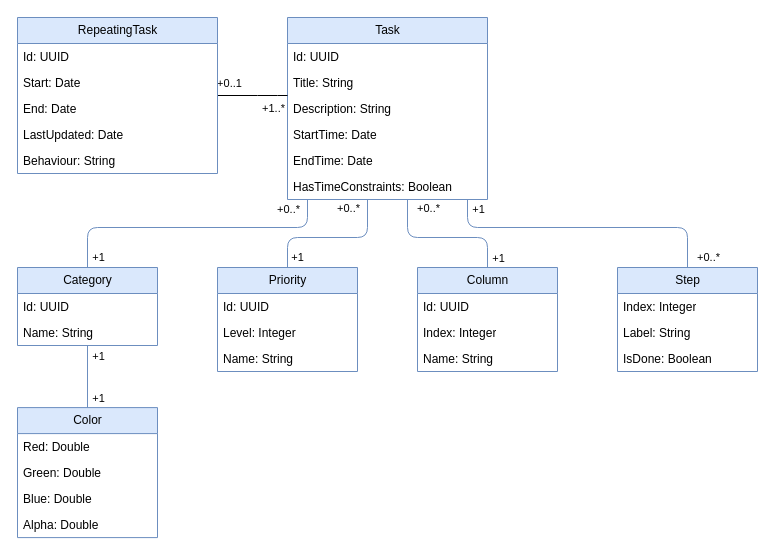
The draw.io diagram Documentation/Diagrams/data.drawio in badalnoky/TaskWise, before the edit. Source tidied: cells renumbered, new cells numbered last; positions are measured from the earlier drawing's top-left corner, leaving out a move shared by most shapes. Both pictures are drawn from the tidied source at 100%, with x=0, y=0 at pixel (17, 17).
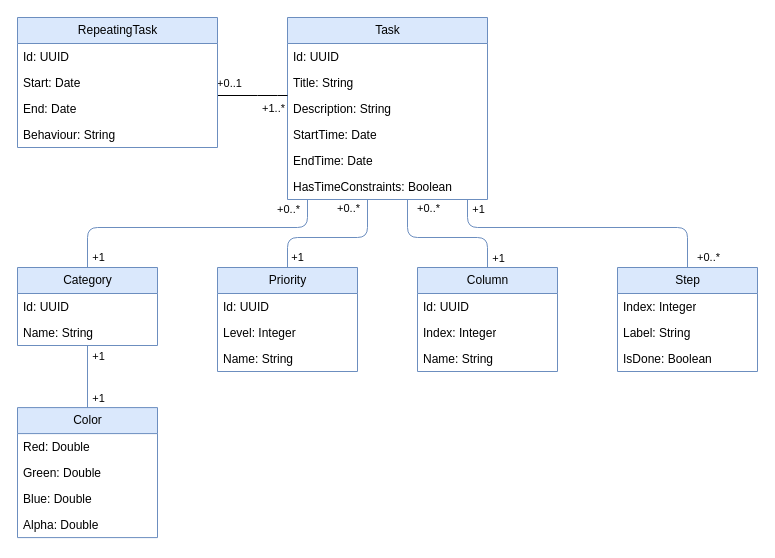
The same diagram, later.

Change to the diagram source:
```diff
@@
     <mxCell id="46" value="RepeatingTask" style="swimlane;fontStyle=0;horizontal=1;startSize=26;fillColor=#dae8fc;html=1;strokeColor=#6c8ebf;" parent="1" vertex="1">
-      <mxGeometry width="200" height="156" as="geometry" />
+      <mxGeometry width="200" height="130" as="geometry" />
     </mxCell>
@@
-    <mxCell id="50" value="LastUpdated: Date" style="text;align=left;verticalAlign=top;spacingLeft=4;spacingRight=4;overflow=hidden;whiteSpace=wrap;html=1;" parent="46" vertex="1">
-      <mxGeometry y="104" width="200" height="26" as="geometry" />
-    </mxCell>
     <mxCell id="51" value="Behaviour: String&lt;div&gt;&lt;br&gt;&lt;/div&gt;" style="text;align=left;verticalAlign=top;spacingLeft=4;spacingRight=4;overflow=hidden;whiteSpace=wrap;html=1;" parent="46" vertex="1">
-      <mxGeometry y="130" width="200" height="26" as="geometry" />
+      <mxGeometry y="104" width="200" height="26" as="geometry" />
     </mxCell>
```
